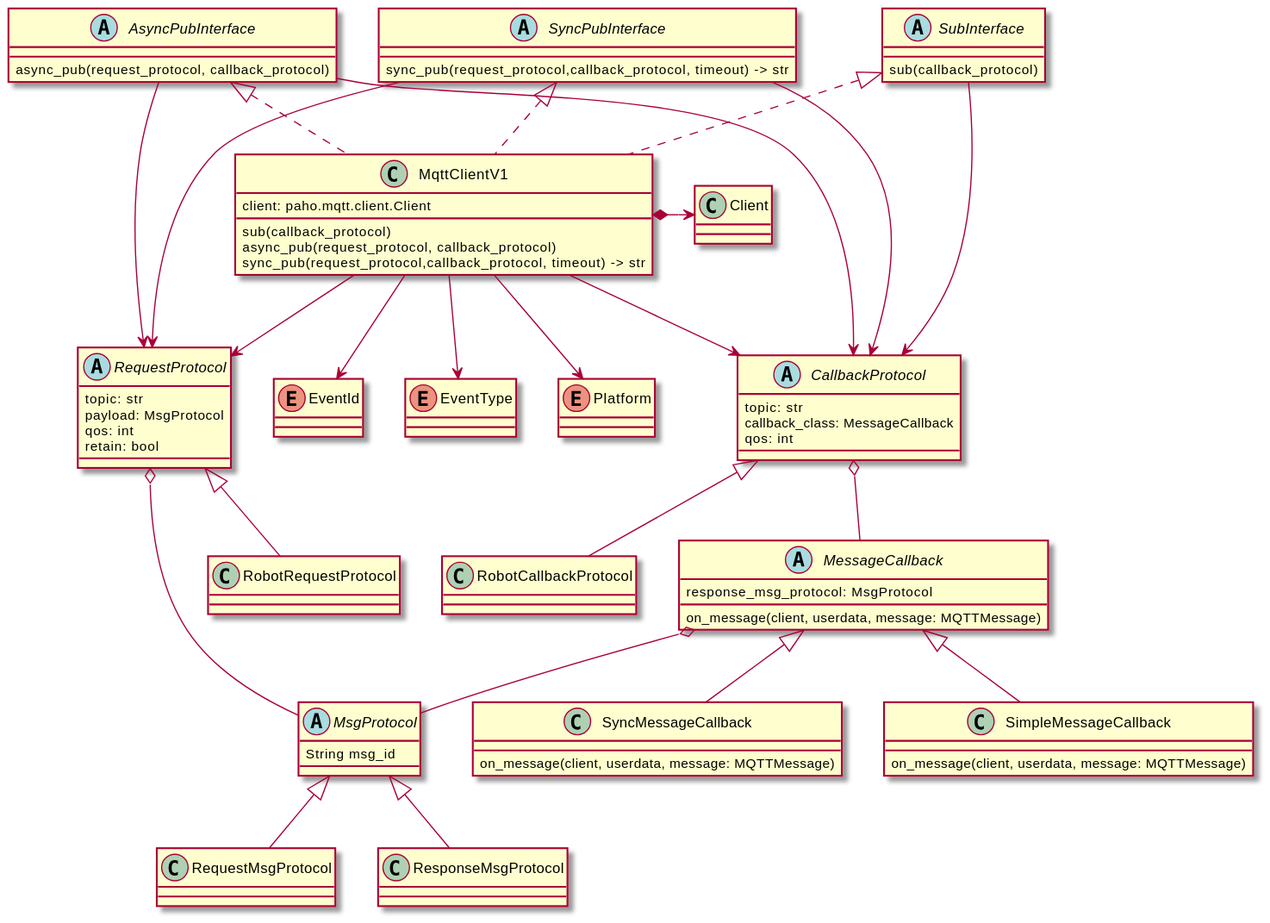
The PlantUML diagram autopack/autopack_mqtt.svg in Grapeskin/python-learn, before a commit.
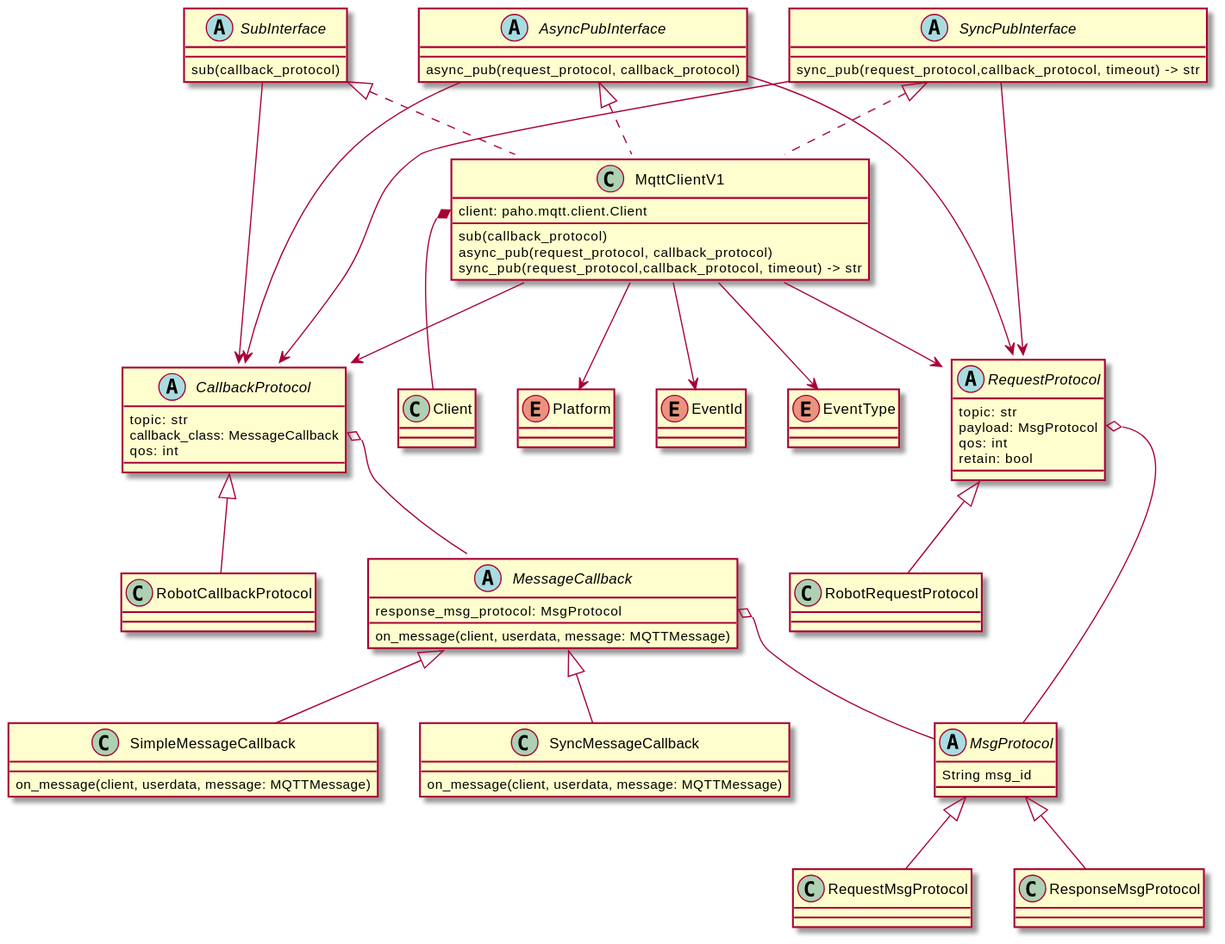
The same file after the commit.

Commit message:
feat: mqtt sdk设计

Change to the diagram source:
```diff
@@ -9,7 +9,7 @@
     response_msg_protocol: MsgProtocol
     on_message(client, userdata, message: MQTTMessage)
 }
-MessageCallback o-- MsgProtocol
+MessageCallback::response_msg_protocol o-- MsgProtocol
 
 class SimpleMessageCallback extends MessageCallback{
     on_message(client, userdata, message: MQTTMessage)
@@ -35,7 +35,7 @@
 }
 class RobotRequestProtocol extends RequestProtocol
 
-RequestProtocol o-- MsgProtocol
+RequestProtocol::payload o-- MsgProtocol
 
 abstract class CallbackProtocol{
     topic: str
@@ -44,7 +44,7 @@
 }
 class RobotCallbackProtocol extends CallbackProtocol
 
-CallbackProtocol o-- MessageCallback
+CallbackProtocol::callback_class o-- MessageCallback
 
 abstract class SubInterface {
     sub(callback_protocol)
@@ -70,7 +70,7 @@
     sync_pub(request_protocol,callback_protocol, timeout) -> str
 }
 
-MqttClientV1 *-> Client
+MqttClientV1::client *-- Client
 MqttClientV1 --> Platform
 MqttClientV1 --> EventId
 MqttClientV1 --> EventType
```
